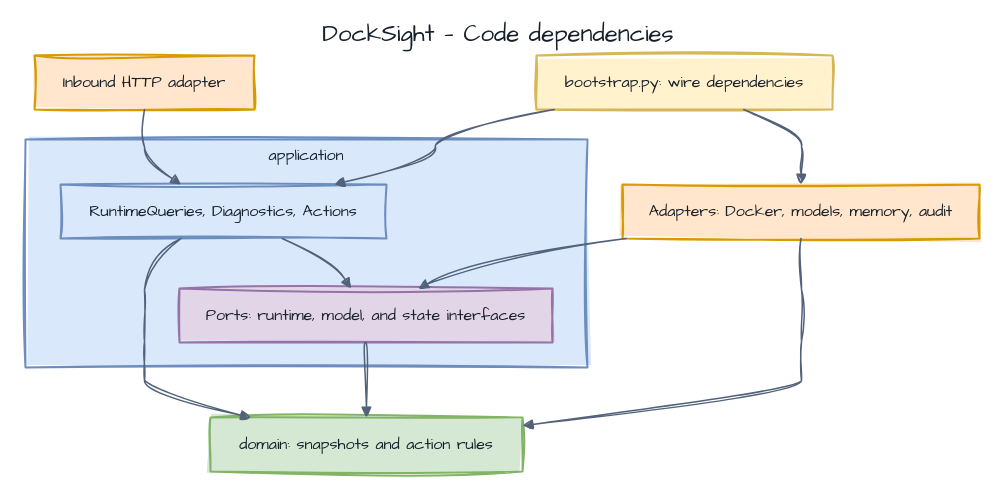
This is page "Code dependencies" (3 of 9) of docs/diagrams/backend.drawio from Neizvestnyj/DockSight, a draw.io file, before an edit. Source tidied: cells renumbered, new cells numbered last; positions are measured from the earlier drawing's top-left corner, leaving out a move shared by most shapes. Both pictures are drawn from the tidied source at 100%, with x=0, y=0 at pixel (17, 17).
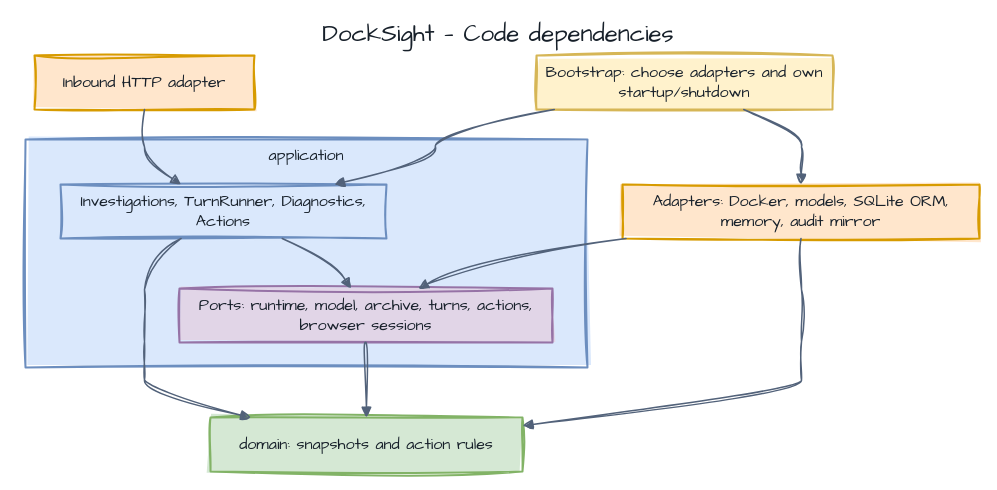
The same page after the edit.

The change refers to these unchanged cells:
```xml
<mxCell id="2" value="application" style="html=1;whiteSpace=wrap;verticalAlign=top;fontSize=16;fillColor=#DAE8FC;strokeColor=#6C8EBF;strokeWidth=2;fontColor=#17202A;sketch=1;fillStyle=solid;curveFitting=1;jiggle=2;fontFamily=Architects Daughter;" parent="1" vertex="1">
  <mxGeometry x="8" y="122" width="562" height="228" as="geometry" />
</mxCell>
```

The edit, as a diff of the source:
```diff
@@
-    <mxCell id="3" value="RuntimeQueries, Diagnostics, Actions" style="html=1;whiteSpace=wrap;fontSize=16;fillColor=#DAE8FC;strokeColor=#6C8EBF;strokeWidth=2;fontColor=#17202A;sketch=1;fillStyle=solid;curveFitting=1;jiggle=2;fontFamily=Architects Daughter;" parent="2" vertex="1">
+    <mxCell id="3" value="Investigations, TurnRunner, Diagnostics, Actions" style="html=1;whiteSpace=wrap;fontSize=16;fillColor=#DAE8FC;strokeColor=#6C8EBF;strokeWidth=2;fontColor=#17202A;sketch=1;fillStyle=solid;curveFitting=1;jiggle=2;fontFamily=Architects Daughter;" parent="2" vertex="1">
       <mxGeometry x="35" y="45" width="326" height="54" as="geometry" />
     </mxCell>
-    <mxCell id="4" value="Ports: runtime, model, and state interfaces" style="html=1;whiteSpace=wrap;fontSize=16;fillColor=#E1D5E7;strokeColor=#9673A6;strokeWidth=2;fontColor=#17202A;sketch=1;fillStyle=solid;curveFitting=1;jiggle=2;fontFamily=Architects Daughter;" parent="2" vertex="1">
+    <mxCell id="4" value="Ports: runtime, model, archive, turns, actions, browser sessions" style="html=1;whiteSpace=wrap;fontSize=16;fillColor=#E1D5E7;strokeColor=#9673A6;strokeWidth=2;fontColor=#17202A;sketch=1;fillStyle=solid;curveFitting=1;jiggle=2;fontFamily=Architects Daughter;" parent="2" vertex="1">
       <mxGeometry x="154" y="149" width="373" height="54" as="geometry" />
     </mxCell>
@@
-    <mxCell id="7" value="bootstrap.py: wire dependencies" style="html=1;whiteSpace=wrap;fontSize=16;fillColor=#FFF2CC;strokeColor=#D6B656;strokeWidth=2;fontColor=#17202A;sketch=1;fillStyle=solid;curveFitting=1;jiggle=2;fontFamily=Architects Daughter;" parent="1" vertex="1">
+    <mxCell id="7" value="Bootstrap: choose adapters and own startup/shutdown" style="html=1;whiteSpace=wrap;fontSize=16;fillColor=#FFF2CC;strokeColor=#D6B656;strokeWidth=2;fontColor=#17202A;sketch=1;fillStyle=solid;curveFitting=1;jiggle=2;fontFamily=Architects Daughter;" parent="1" vertex="1">
       <mxGeometry x="519" y="38" width="296" height="54" as="geometry" />
     </mxCell>
-    <mxCell id="8" value="Adapters: Docker, models, memory, audit" style="html=1;whiteSpace=wrap;fontSize=16;fillColor=#FFE6CC;strokeColor=#D79B00;strokeWidth=2;fontColor=#17202A;sketch=1;fillStyle=solid;curveFitting=1;jiggle=2;fontFamily=Architects Daughter;" parent="1" vertex="1">
+    <mxCell id="8" value="Adapters: Docker, models, SQLite ORM, memory, audit mirror" style="html=1;whiteSpace=wrap;fontSize=16;fillColor=#FFE6CC;strokeColor=#D79B00;strokeWidth=2;fontColor=#17202A;sketch=1;fillStyle=solid;curveFitting=1;jiggle=2;fontFamily=Architects Daughter;" parent="1" vertex="1">
       <mxGeometry x="605" y="167" width="357" height="54" as="geometry" />
     </mxCell>
```
